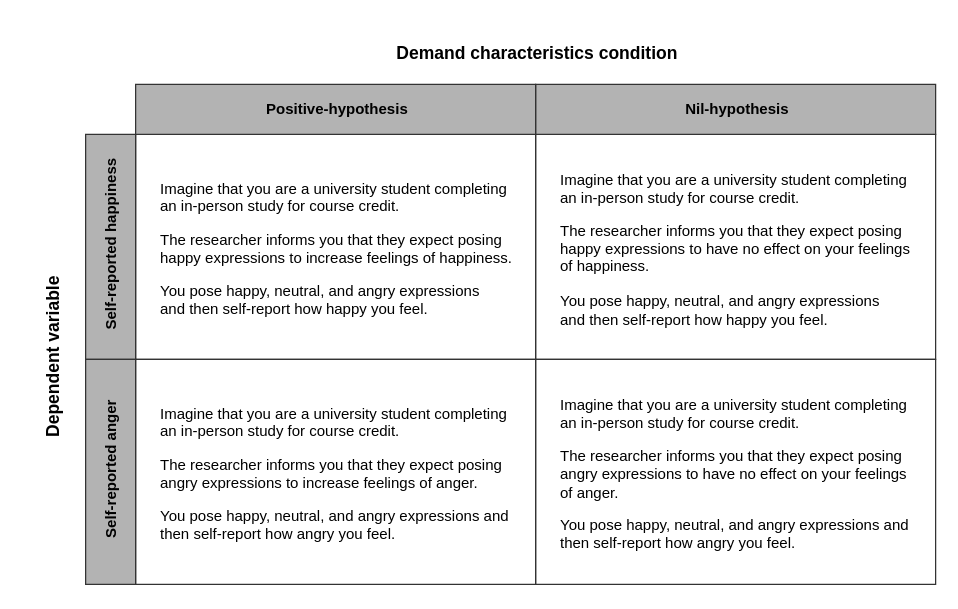
ColesNicholas/metaware keeps this draw.io diagram as page "VIGS" (2 of 14) of images/metaware_figures.drawio. Above is the earlier version. Source tidied: cells renumbered, new cells numbered last; positions are measured from the earlier drawing's top-left corner, leaving out a move shared by most shapes. Both pictures are drawn from the tidied source at 125%, with x=0, y=0 at pixel (-170, 21).
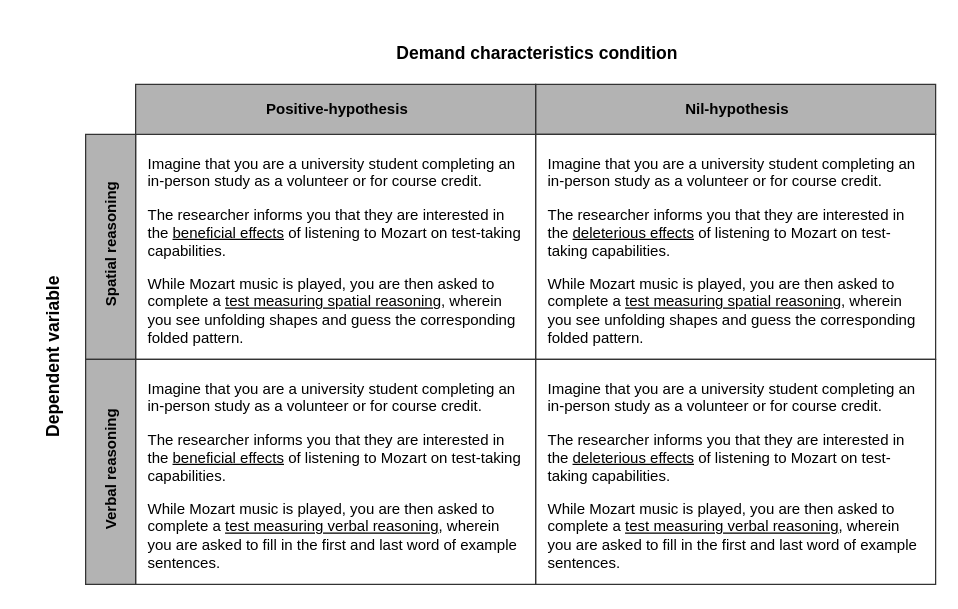
Above is the later version.

Commit message (it also covers changes not shown here):
Updated manuscript and Figure 2

Change to the diagram source:
```diff
@@
 <mxGraphModel>
   <root>
     <mxCell id="0" />
     <mxCell id="1" parent="0" />
-    <mxCell id="2" value="&lt;p class=&quot;MsoNormal&quot;&gt;Imagine that you are a university student completing an in-person study for course credit.&lt;/p&gt;&lt;p class=&quot;MsoNormal&quot;&gt;The researcher informs you that they expect posing happy expressions to increase feelings of happiness.&lt;/p&gt;&lt;span&gt;You pose happy, neutral, and angry expressions&lt;br&gt;and then self-report how happy you feel.&lt;/span&gt;" style="text;whiteSpace=wrap;html=1;spacingLeft=7;spacingRight=7;spacing=13;strokeColor=#333333;verticalAlign=top;horizontal=1;spacingTop=7;" parent="1" vertex="1">
+    <mxCell id="2" value="&lt;p class=&quot;MsoNormal&quot;&gt;Imagine that you are a university student completing an in-person study as a volunteer or for course credit.&lt;/p&gt;&lt;p class=&quot;MsoNormal&quot;&gt;The researcher informs you that they are interested in the &lt;u&gt;beneficial effects&lt;/u&gt; of listening to Mozart on test-taking capabilities.&lt;/p&gt;&lt;p class=&quot;MsoNormal&quot;&gt;While Mozart music is played, you are then asked to complete a &lt;u&gt;test measuring spatial reasoning&lt;/u&gt;, wherein you see unfolding shapes and guess the corresponding folded pattern.&lt;/p&gt;" style="text;whiteSpace=wrap;html=1;spacingLeft=10;spacingRight=10;spacing=0;strokeColor=#333333;verticalAlign=top;horizontal=1;spacingTop=0;" parent="1" vertex="1">
       <mxGeometry x="244" y="90" width="320" height="180" as="geometry" />
     </mxCell>
-    <mxCell id="3" value="&lt;p class=&quot;MsoNormal&quot;&gt;Imagine that you are a university student completing an in-person study for course credit.&lt;/p&gt;&lt;p style=&quot;margin-bottom:0in;line-height:normal&quot; class=&quot;MsoNormal&quot;&gt;&lt;span&gt;The researcher informs you that they expect posing happy expressions to have no effect on your feelings of happiness.&lt;/span&gt;&lt;/p&gt;&lt;span&gt;&lt;font color=&quot;#000000&quot;&gt;&lt;br&gt;&lt;/font&gt;You pose happy, neutral, and angry expressions&lt;br&gt;and then self-report how happy you feel.&lt;/span&gt;" style="text;whiteSpace=wrap;html=1;spacingLeft=7;spacingRight=7;spacing=13;strokeColor=#333333;verticalAlign=top;" parent="1" vertex="1">
-      <mxGeometry x="564" y="90" width="320" height="180" as="geometry" />
-    </mxCell>
-    <mxCell id="4" value="&lt;p class=&quot;MsoNormal&quot;&gt;Imagine that you are a university student completing an in-person study for course credit.&lt;/p&gt;&lt;p class=&quot;MsoNormal&quot;&gt;The researcher informs you that they expect posing angry expressions to increase feelings of anger.&lt;/p&gt;&lt;span style=&quot;background-color: initial;&quot;&gt;You pose happy, neutral, and angry expressions and then&amp;nbsp;&lt;/span&gt;&lt;span style=&quot;background-color: initial;&quot;&gt;self-report how angry you feel.&lt;/span&gt;&lt;span style=&quot;background-color: initial;&quot;&gt;&lt;br&gt;&lt;/span&gt;" style="text;whiteSpace=wrap;html=1;spacingLeft=7;spacingRight=7;spacing=13;strokeColor=#333333;spacingTop=7;" parent="1" vertex="1">
-      <mxGeometry x="244" y="270" width="320" height="180" as="geometry" />
-    </mxCell>
-    <mxCell id="5" value="&lt;p class=&quot;MsoNormal&quot;&gt;Imagine that you are a university student completing an in-person study for course credit.&lt;/p&gt;&lt;p class=&quot;MsoNormal&quot;&gt;The researcher informs you that they expect posing angry expressions to have no effect on your feelings of anger.&lt;/p&gt;&lt;p class=&quot;MsoNormal&quot;&gt;You pose happy, neutral, and angry expressions and then self-report how angry you feel.&lt;/p&gt;" style="text;whiteSpace=wrap;html=1;spacingLeft=7;spacingRight=7;spacing=13;strokeColor=#333333;" parent="1" vertex="1">
-      <mxGeometry x="564" y="270" width="320" height="180" as="geometry" />
-    </mxCell>
-    <mxCell id="6" value="Self-reported happiness" style="text;whiteSpace=wrap;html=1;fillColor=#B3B3B3;fontColor=#000000;strokeColor=#333333;spacingLeft=5;spacingRight=2;spacing=5;align=center;rotation=-90;fontStyle=1;verticalAlign=middle;" parent="1" vertex="1">
+    <mxCell id="6" value="Spatial reasoning" style="text;whiteSpace=wrap;html=1;fillColor=#B3B3B3;fontColor=#000000;strokeColor=#333333;spacingLeft=5;spacingRight=2;spacing=5;align=center;rotation=-90;fontStyle=1;verticalAlign=middle;" parent="1" vertex="1">
       <mxGeometry x="134" y="160" width="180" height="40" as="geometry" />
     </mxCell>
     <mxCell id="7" value="Nil-hypothesis" style="text;whiteSpace=wrap;html=1;fillColor=#B3B3B3;fontColor=#000000;strokeColor=#333333;spacingLeft=5;spacingRight=2;spacing=5;align=center;fontStyle=1;verticalAlign=middle;" parent="1" vertex="1">
       <mxGeometry x="564" y="50" width="320" height="40" as="geometry" />
     </mxCell>
-    <mxCell id="8" value="Self-reported anger" style="text;whiteSpace=wrap;html=1;fillColor=#B3B3B3;fontColor=#000000;strokeColor=#333333;spacingLeft=5;spacingRight=2;spacing=5;align=center;rotation=-90;fontStyle=1;verticalAlign=middle;" parent="1" vertex="1">
+    <mxCell id="8" value="Verbal reasoning" style="text;whiteSpace=wrap;html=1;fillColor=#B3B3B3;fontColor=#000000;strokeColor=#333333;spacingLeft=5;spacingRight=2;spacing=5;align=center;rotation=-90;fontStyle=1;verticalAlign=middle;" parent="1" vertex="1">
       <mxGeometry x="134" y="340" width="180" height="40" as="geometry" />
     </mxCell>
     <mxCell id="9" value="Positive-hypothesis" style="text;whiteSpace=wrap;html=1;fillColor=#B3B3B3;strokeColor=#333333;spacingLeft=5;spacingRight=2;spacing=5;align=center;fontColor=#000000;fontStyle=1;verticalAlign=middle;" parent="1" vertex="1">
       <mxGeometry x="244" y="50" width="320" height="40" as="geometry" />
     </mxCell>
     <mxCell id="10" value="Demand characteristics condition" style="text;whiteSpace=wrap;html=1;fillColor=none;strokeColor=none;spacingLeft=5;spacingRight=2;spacing=5;align=center;fontColor=#000000;fontStyle=1;verticalAlign=middle;fontSize=14;" parent="1" vertex="1">
       <mxGeometry x="244" width="640" height="50" as="geometry" />
     </mxCell>
     <mxCell id="11" value="Dependent variable" style="text;whiteSpace=wrap;html=1;fillColor=none;strokeColor=none;spacingLeft=5;spacingRight=2;spacing=5;align=center;fontColor=#000000;fontStyle=1;verticalAlign=middle;fontSize=14;rotation=-90;" parent="1" vertex="1">
       <mxGeometry y="245" width="356" height="50" as="geometry" />
     </mxCell>
+    <mxCell id="12" value="&lt;p class=&quot;MsoNormal&quot;&gt;Imagine that you are a university student completing an in-person study as a volunteer or for course credit.&lt;/p&gt;&lt;p class=&quot;MsoNormal&quot;&gt;The researcher informs you that they are interested in the &lt;u&gt;deleterious effects&lt;/u&gt; of listening to Mozart on test-taking capabilities.&lt;/p&gt;&lt;p class=&quot;MsoNormal&quot;&gt;While Mozart music is played, you are then asked to complete a &lt;u&gt;test measuring spatial reasoning&lt;/u&gt;, wherein you see unfolding shapes and guess the corresponding folded pattern.&lt;/p&gt;" style="text;whiteSpace=wrap;html=1;spacingLeft=10;spacingRight=10;spacing=0;strokeColor=#333333;verticalAlign=top;horizontal=1;spacingTop=0;" parent="1" vertex="1">
+      <mxGeometry x="564" y="90" width="320" height="180" as="geometry" />
+    </mxCell>
+    <mxCell id="13" value="&lt;p class=&quot;MsoNormal&quot;&gt;Imagine that you are a university student completing an in-person study as a volunteer or for course credit.&lt;/p&gt;&lt;p class=&quot;MsoNormal&quot;&gt;The researcher informs you that they are interested in the &lt;u&gt;beneficial effects&lt;/u&gt; of listening to Mozart on test-taking capabilities.&lt;/p&gt;&lt;p class=&quot;MsoNormal&quot;&gt;While Mozart music is played, you are then asked to complete a &lt;u&gt;test measuring verbal reasoning&lt;/u&gt;, wherein you are asked to fill in the first and last word of example sentences.&lt;/p&gt;" style="text;whiteSpace=wrap;html=1;spacingLeft=10;spacingRight=10;spacing=0;strokeColor=#333333;verticalAlign=top;horizontal=1;spacingTop=0;" parent="1" vertex="1">
+      <mxGeometry x="244" y="270" width="320" height="180" as="geometry" />
+    </mxCell>
+    <mxCell id="14" value="&lt;p class=&quot;MsoNormal&quot;&gt;Imagine that you are a university student completing an in-person study as a volunteer or for course credit.&lt;/p&gt;&lt;p class=&quot;MsoNormal&quot;&gt;The researcher informs you that they are interested in the &lt;u&gt;deleterious effects&lt;/u&gt; of listening to Mozart on test-taking capabilities.&lt;/p&gt;&lt;p class=&quot;MsoNormal&quot;&gt;While Mozart music is played, you are then asked to complete a &lt;u&gt;test measuring verbal reasoning&lt;/u&gt;, wherein you are asked to fill in the first and last word of example sentences.&lt;/p&gt;" style="text;whiteSpace=wrap;html=1;spacingLeft=10;spacingRight=10;spacing=0;strokeColor=#333333;verticalAlign=top;horizontal=1;spacingTop=0;" parent="1" vertex="1">
+      <mxGeometry x="564" y="270" width="320" height="180" as="geometry" />
+    </mxCell>
   </root>
 </mxGraphModel>
```
